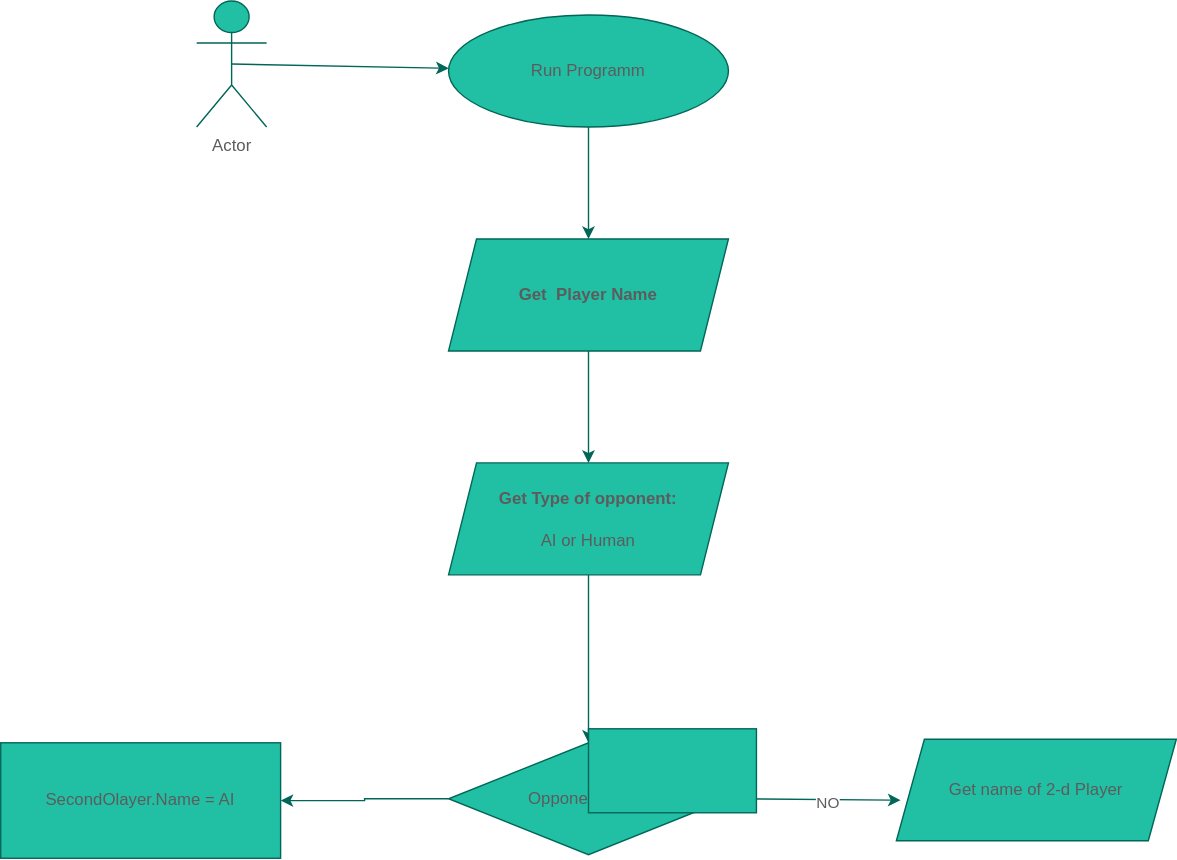
This is Doc/User_actions.svg from DmitrTRC/TikTAKToe, a draw.io export, as it was before one commit. Source tidied: cells renumbered, new cells last; positions are measured from the earlier drawing's top-left corner, leaving out a move shared by most shapes. Its diagram source:
```xml
<mxGraphModel>
  <root>
    <mxCell id="0" />
    <mxCell id="1" parent="0" />
    <mxCell id="2" value="Actor" style="shape=umlActor;verticalLabelPosition=bottom;verticalAlign=top;html=1;outlineConnect=0;fillColor=#21C0A5;strokeColor=#006658;fontColor=#5C5C5C;" parent="1" vertex="1">
      <mxGeometry x="140" width="50" height="90" as="geometry" />
    </mxCell>
    <mxCell id="3" value="Run Programm" style="ellipse;whiteSpace=wrap;html=1;fillColor=#21C0A5;strokeColor=#006658;fontColor=#5C5C5C;" parent="1" vertex="1">
      <mxGeometry x="320" y="10" width="200" height="80" as="geometry" />
    </mxCell>
    <mxCell id="4" style="endArrow=classic;html=1;exitX=0.5;exitY=0.5;exitDx=0;exitDy=0;exitPerimeter=0;strokeColor=#006658;fontColor=#5C5C5C;" parent="1" edge="1" source="2" target="3">
      <mxGeometry relative="1" as="geometry" />
    </mxCell>
    <mxCell id="5" style="edgeStyle=orthogonalEdgeStyle;rounded=0;jettySize=auto;html=1;strokeColor=#006658;fontColor=#5C5C5C;" parent="1" edge="1" source="6" target="9">
      <mxGeometry relative="1" as="geometry" />
    </mxCell>
    <mxCell id="6" value="&lt;h4&gt;Get&amp;nbsp; Player Name&lt;/h4&gt;" style="shape=parallelogram;perimeter=parallelogramPerimeter;whiteSpace=wrap;html=1;fixedSize=1;fillColor=#21C0A5;strokeColor=#006658;fontColor=#5C5C5C;" parent="1" vertex="1">
      <mxGeometry x="320" y="170" width="200" height="80" as="geometry" />
    </mxCell>
    <mxCell id="7" style="endArrow=classic;html=1;exitX=0.5;exitY=1;exitDx=0;exitDy=0;entryX=0.5;entryY=0;entryDx=0;entryDy=0;strokeColor=#006658;fontColor=#5C5C5C;" parent="1" edge="1" source="3" target="6">
      <mxGeometry relative="1" as="geometry" />
    </mxCell>
    <mxCell id="8" style="edgeStyle=orthogonalEdgeStyle;rounded=0;jettySize=auto;html=1;strokeColor=#006658;fontColor=#5C5C5C;" parent="1" edge="1" source="9" target="11">
      <mxGeometry relative="1" as="geometry" />
    </mxCell>
    <mxCell id="9" value="&lt;h4&gt;Get Type of opponent:&lt;/h4&gt;&lt;div&gt;AI or Human&lt;/div&gt;&lt;div&gt;&lt;br&gt;&lt;/div&gt;" style="shape=parallelogram;perimeter=parallelogramPerimeter;whiteSpace=wrap;html=1;fixedSize=1;fillColor=#21C0A5;strokeColor=#006658;fontColor=#5C5C5C;" parent="1" vertex="1">
      <mxGeometry x="320" y="330" width="200" height="80" as="geometry" />
    </mxCell>
    <mxCell id="10" style="edgeStyle=orthogonalEdgeStyle;rounded=0;jettySize=auto;html=1;strokeColor=#006658;fontColor=#5C5C5C;" parent="1" edge="1" source="11" target="13">
      <mxGeometry relative="1" as="geometry" />
    </mxCell>
    <mxCell id="11" value="Opponent is AI?" style="rhombus;whiteSpace=wrap;html=1;fontColor=#5C5C5C;strokeColor=#006658;fillColor=#21C0A5;" parent="1" vertex="1">
      <mxGeometry x="320" y="530" width="200" height="80" as="geometry" />
    </mxCell>
    <mxCell id="12" value="Get name of 2-d Player" style="shape=parallelogram;perimeter=parallelogramPerimeter;whiteSpace=wrap;html=1;fixedSize=1;fillColor=#21C0A5;strokeColor=#006658;fontColor=#5C5C5C;" parent="1" vertex="1">
      <mxGeometry x="640" y="527.5" width="200" height="72.5" as="geometry" />
    </mxCell>
    <mxCell id="13" value="SecondOlayer.Name = AI&lt;br&gt;" style="whiteSpace=wrap;html=1;fontColor=#5C5C5C;strokeColor=#006658;fillColor=#21C0A5;" parent="1" vertex="1">
      <mxGeometry y="530" width="200" height="82.5" as="geometry" />
    </mxCell>
    <mxCell id="14" style="endArrow=classic;html=1;rounded=0;exitX=1;exitY=0.5;exitDx=0;exitDy=0;entryX=0.015;entryY=0.6;entryDx=0;entryDy=0;entryPerimeter=0;strokeColor=#006658;fontColor=#5C5C5C;" parent="1" edge="1" source="11" target="12">
      <mxGeometry relative="1" as="geometry" />
    </mxCell>
    <mxCell id="15" value="NO" style="edgeLabel;html=1;align=center;verticalAlign=middle;fontColor=#5C5C5C;" parent="14" vertex="1">
      <mxGeometry x="0.15" y="-2" relative="1" as="geometry" />
    </mxCell>
    <mxCell id="16" style="whiteSpace=wrap;html=1;rounded=0;sketch=0;fontColor=#5C5C5C;strokeColor=#006658;fillColor=#21C0A5;" parent="1" vertex="1">
      <mxGeometry x="420" y="520" width="120" height="60" as="geometry" />
    </mxCell>
  </root>
</mxGraphModel>
```
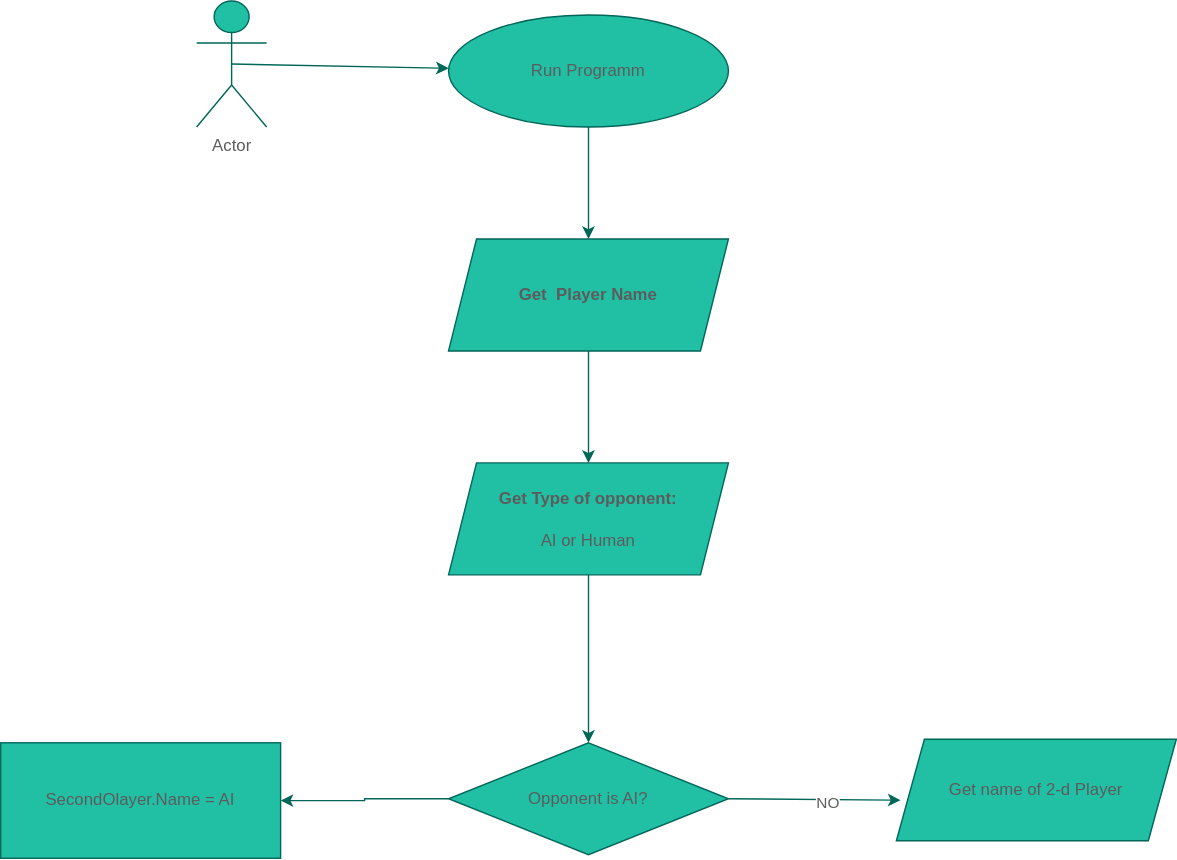
Later version of the same file.

The edit, as a diff of the source:
```diff
@@ -44,8 +44,5 @@
     <mxCell id="15" value="NO" style="edgeLabel;html=1;align=center;verticalAlign=middle;fontColor=#5C5C5C;" parent="14" vertex="1">
       <mxGeometry x="0.15" y="-2" relative="1" as="geometry" />
     </mxCell>
-    <mxCell id="16" style="whiteSpace=wrap;html=1;rounded=0;sketch=0;fontColor=#5C5C5C;strokeColor=#006658;fillColor=#21C0A5;" parent="1" vertex="1">
-      <mxGeometry x="420" y="520" width="120" height="60" as="geometry" />
-    </mxCell>
   </root>
 </mxGraphModel>
```
